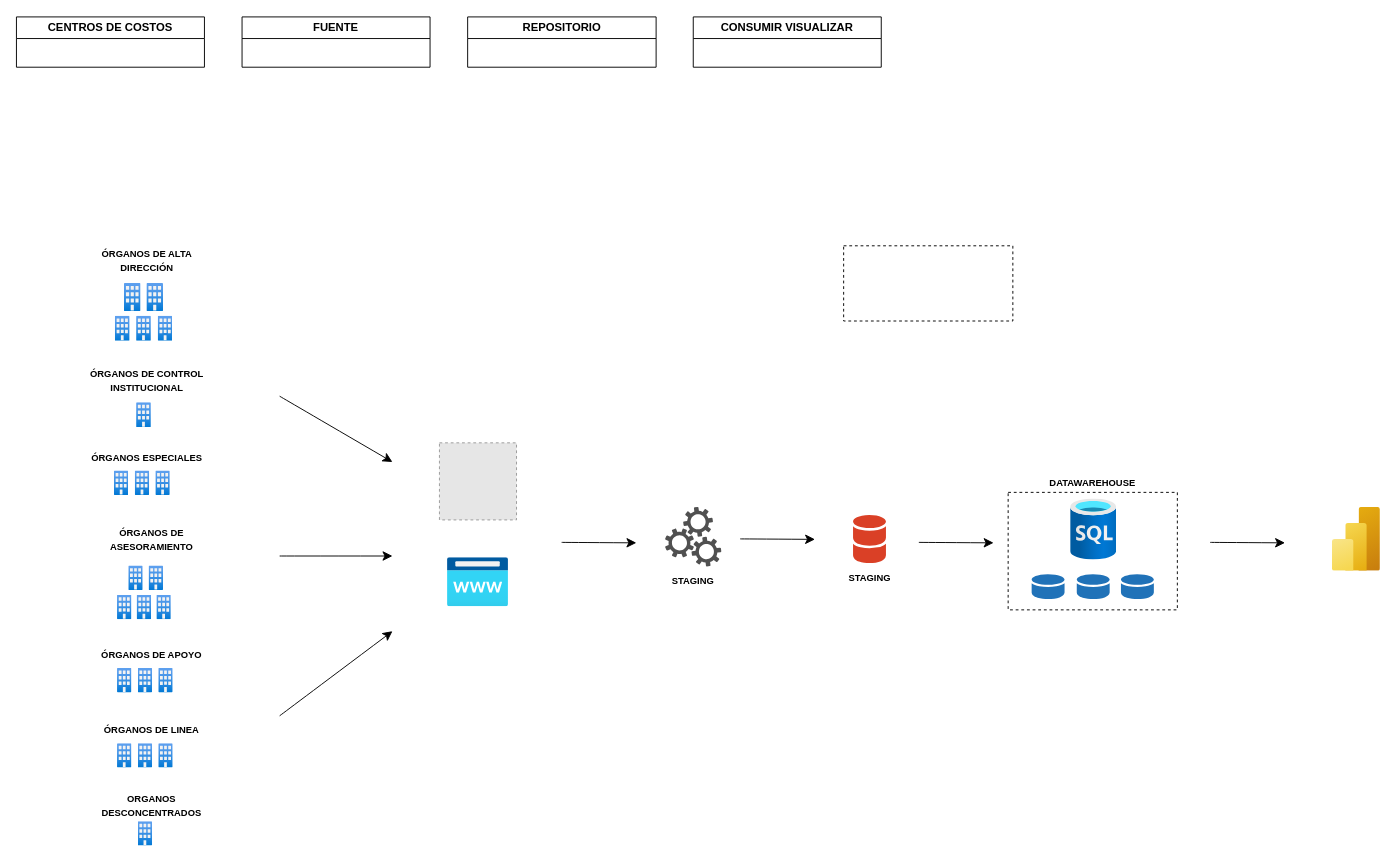
Earlier version of the draw.io diagram Diagrama sin título.drawio (jhodasoft/diagramas). Source tidied: cells renumbered, new cells numbered last; positions are measured from the earlier drawing's top-left corner, leaving out a move shared by most shapes. Both pictures are drawn from the tidied source at 94%, with x=0, y=0 at pixel (16, 16). Pictures stored in the file or linked from it are replaced by grey dashed boxes.
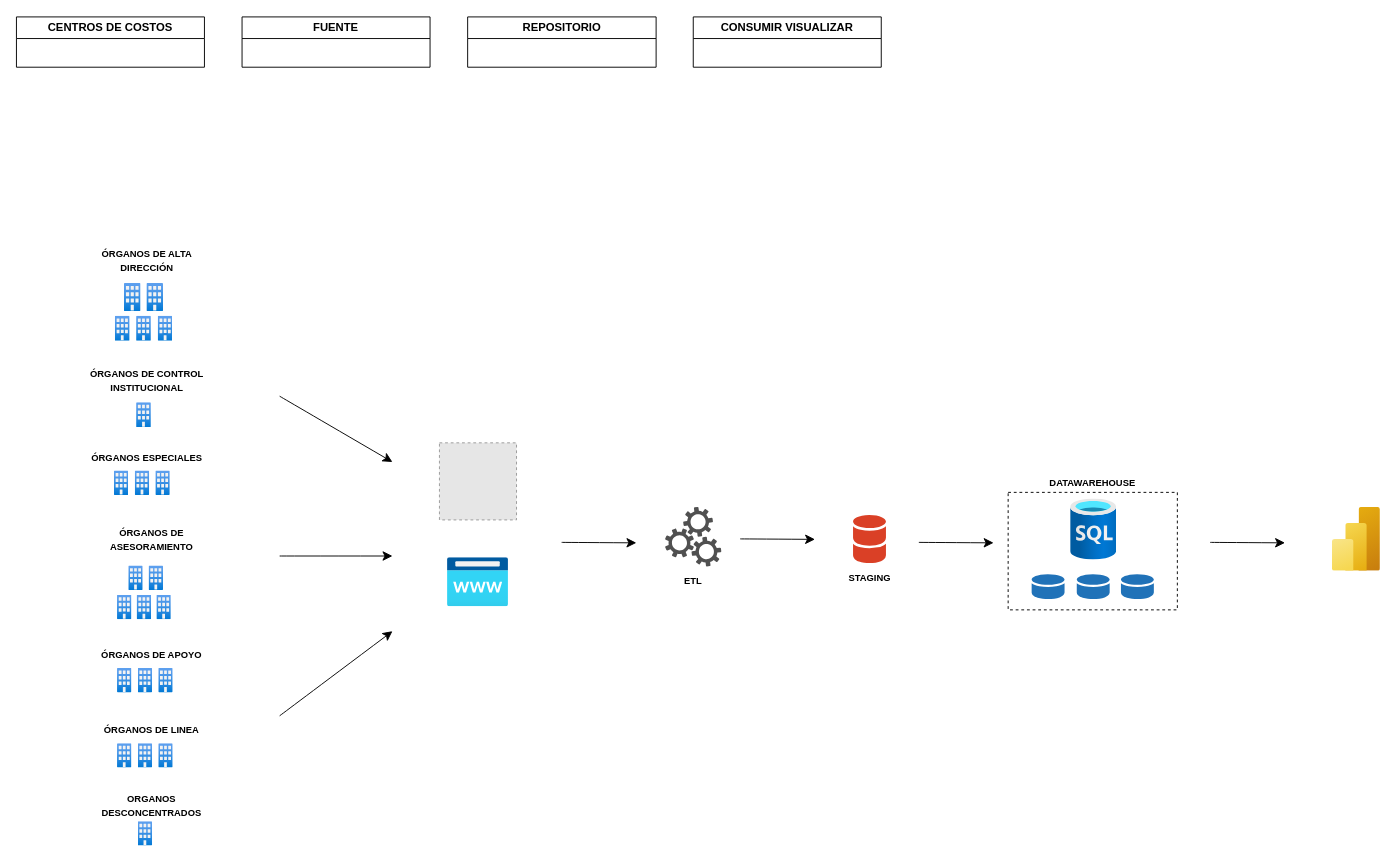
The same page after the edit.

The edit, as a diff of the source:
```diff
@@
-    <mxCell id="6" style="rounded=0;whiteSpace=wrap;html=1;fillColor=none;dashed=1;" parent="1" vertex="1">
-      <mxGeometry x="880" y="244" width="180" height="80" as="geometry" />
-    </mxCell>
@@
-    <mxCell id="56" value="&lt;font style=&quot;font-size: 10px;&quot;&gt;&lt;b style=&quot;&quot;&gt;STAGING&lt;/b&gt;&lt;/font&gt;" style="text;html=1;align=center;verticalAlign=middle;whiteSpace=wrap;rounded=0;labelBackgroundColor=none;" parent="1" vertex="1">
+    <mxCell id="56" value="&lt;span style=&quot;font-size: 10px;&quot;&gt;&lt;span&gt;ETL&lt;/span&gt;&lt;/span&gt;" style="text;html=1;align=center;verticalAlign=middle;whiteSpace=wrap;rounded=0;labelBackgroundColor=none;fontStyle=1;" parent="1" vertex="1">
       <mxGeometry x="690" y="584.7" width="60" height="30" as="geometry" />
     </mxCell>
```
